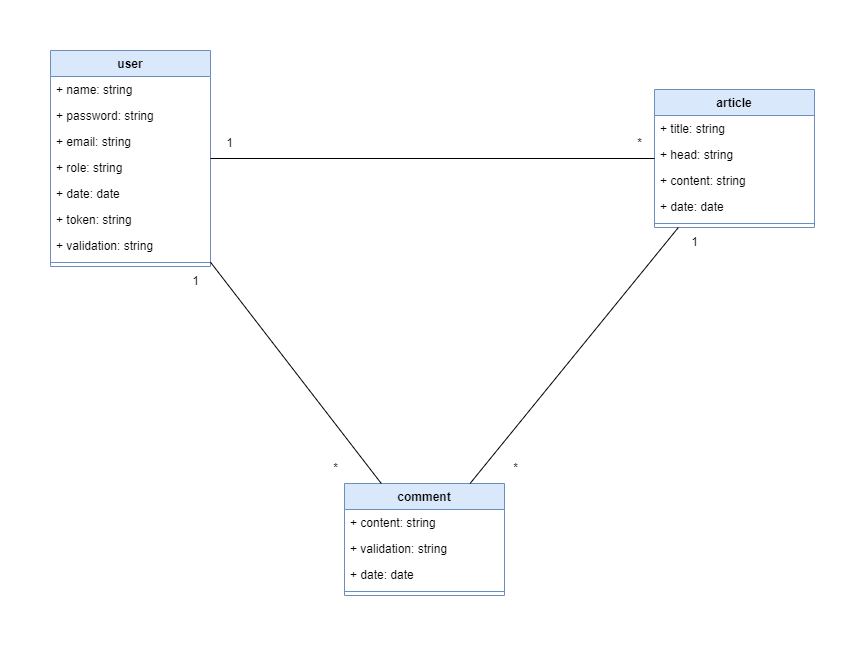
Above: public/UML/Class.png in lau-last/framework-php (draw.io), before the change. Source tidied: cells renumbered, new cells last; positions are measured from the earlier drawing's top-left corner, leaving out a move shared by most shapes.
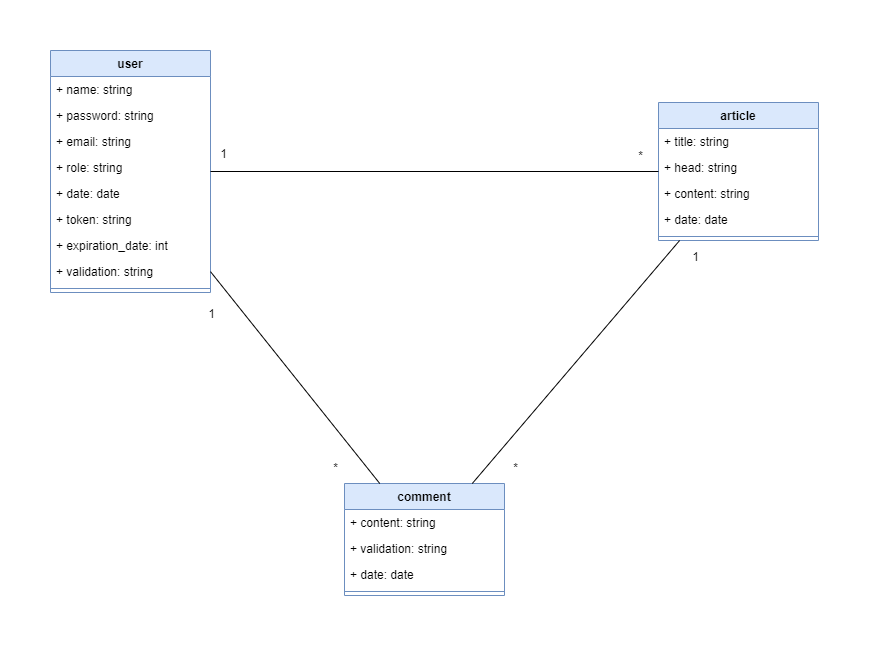
After the change.

Commit message:
diagrams uml (class and MDP) update

Diff of the diagram source:
```diff
@@ -3,7 +3,7 @@
     <mxCell id="0" />
     <mxCell id="1" parent="0" />
     <mxCell id="2" value="article" style="swimlane;fontStyle=1;align=center;verticalAlign=top;horizontal=1;startSize=26;whiteSpace=wrap;html=1;fillColor=#dae8fc;strokeColor=#6c8ebf;" parent="1" vertex="1">
-      <mxGeometry x="604" y="39" width="160" height="138" as="geometry" />
+      <mxGeometry x="608" y="52" width="160" height="138" as="geometry" />
     </mxCell>
     <mxCell id="3" value="+ title: string" style="text;strokeColor=none;fillColor=none;align=left;verticalAlign=top;spacingLeft=4;spacingRight=4;overflow=hidden;whiteSpace=wrap;html=1;" parent="2" vertex="1">
       <mxGeometry y="26" width="160" height="26" as="geometry" />
@@ -36,7 +36,7 @@
       <mxGeometry y="104" width="160" height="8" as="geometry" />
     </mxCell>
     <mxCell id="13" value="user" style="swimlane;fontStyle=1;align=center;verticalAlign=top;horizontal=1;startSize=26;whiteSpace=wrap;html=1;fillColor=#dae8fc;strokeColor=#6c8ebf;" parent="1" vertex="1">
-      <mxGeometry width="160" height="216" as="geometry" />
+      <mxGeometry width="160" height="242" as="geometry" />
     </mxCell>
     <mxCell id="14" value="+ name: string" style="text;strokeColor=none;fillColor=none;align=left;verticalAlign=top;spacingLeft=4;spacingRight=4;overflow=hidden;whiteSpace=wrap;html=1;" parent="13" vertex="1">
       <mxGeometry y="26" width="160" height="26" as="geometry" />
@@ -50,17 +50,20 @@
     <mxCell id="17" value="+ role: string" style="text;strokeColor=none;fillColor=none;align=left;verticalAlign=top;spacingLeft=4;spacingRight=4;overflow=hidden;whiteSpace=wrap;html=1;" parent="13" vertex="1">
       <mxGeometry y="104" width="160" height="26" as="geometry" />
     </mxCell>
-    <mxCell id="18" value="+ date: date" style="text;strokeColor=none;fillColor=none;align=left;verticalAlign=top;spacingLeft=4;spacingRight=4;overflow=hidden;whiteSpace=wrap;html=1;" parent="13" vertex="1">
-      <mxGeometry y="130" width="160" height="26" as="geometry" />
-    </mxCell>
+    <mxCell id="20" value="+ date: date" style="text;strokeColor=none;fillColor=none;align=left;verticalAlign=top;spacingLeft=4;spacingRight=4;overflow=hidden;whiteSpace=wrap;html=1;" parent="13" vertex="1">
+      <mxGeometry y="130" width="160" height="26" as="geometry" />
+    </mxCell>
     <mxCell id="19" value="+ token: string" style="text;strokeColor=none;fillColor=none;align=left;verticalAlign=top;spacingLeft=4;spacingRight=4;overflow=hidden;whiteSpace=wrap;html=1;" parent="13" vertex="1">
       <mxGeometry y="156" width="160" height="26" as="geometry" />
     </mxCell>
-    <mxCell id="20" value="+ validation: string" style="text;strokeColor=none;fillColor=none;align=left;verticalAlign=top;spacingLeft=4;spacingRight=4;overflow=hidden;whiteSpace=wrap;html=1;" parent="13" vertex="1">
-      <mxGeometry y="182" width="160" height="26" as="geometry" />
-    </mxCell>
+    <mxCell id="31" value="+ expiration_date: int" style="text;strokeColor=none;fillColor=none;align=left;verticalAlign=top;spacingLeft=4;spacingRight=4;overflow=hidden;whiteSpace=wrap;html=1;" parent="13" vertex="1">
+      <mxGeometry y="182" width="160" height="26" as="geometry" />
+    </mxCell>
+    <mxCell id="32" value="+ validation: string" style="text;strokeColor=none;fillColor=none;align=left;verticalAlign=top;spacingLeft=4;spacingRight=4;overflow=hidden;whiteSpace=wrap;html=1;" parent="13" vertex="1">
+      <mxGeometry y="208" width="160" height="26" as="geometry" />
+    </mxCell>
     <mxCell id="21" style="line;strokeWidth=1;fillColor=none;align=left;verticalAlign=middle;spacingTop=-1;spacingLeft=3;spacingRight=3;labelPosition=right;strokeColor=inherit;" parent="13" vertex="1">
-      <mxGeometry y="208" width="160" height="8" as="geometry" />
+      <mxGeometry y="234" width="160" height="8" as="geometry" />
     </mxCell>
     <mxCell id="22" style="endArrow=none;html=1;rounded=0;" parent="1" edge="1" source="13" target="2">
       <mxGeometry relative="1" as="geometry" />
@@ -72,22 +75,22 @@
       <mxGeometry relative="1" as="geometry" />
     </mxCell>
     <mxCell id="25" value="*" style="text;html=1;align=center;verticalAlign=middle;strokeColor=none;fillColor=none;" parent="1" vertex="1">
-      <mxGeometry x="574" y="78" width="30" height="30" as="geometry" />
+      <mxGeometry x="575" y="91" width="30" height="30" as="geometry" />
     </mxCell>
     <mxCell id="26" value="1" style="text;html=1;align=center;verticalAlign=middle;strokeColor=none;fillColor=none;" parent="1" vertex="1">
-      <mxGeometry x="164" y="78" width="30" height="30" as="geometry" />
+      <mxGeometry x="158" y="89" width="30" height="30" as="geometry" />
     </mxCell>
     <mxCell id="27" value="*" style="text;html=1;align=center;verticalAlign=middle;strokeColor=none;fillColor=none;" parent="1" vertex="1">
       <mxGeometry x="270" y="403" width="30" height="30" as="geometry" />
     </mxCell>
     <mxCell id="28" value="1" style="text;html=1;align=center;verticalAlign=middle;strokeColor=none;fillColor=none;" parent="1" vertex="1">
-      <mxGeometry x="130" y="216" width="30" height="30" as="geometry" />
+      <mxGeometry x="146" y="249" width="30" height="30" as="geometry" />
     </mxCell>
     <mxCell id="29" value="*" style="text;html=1;align=center;verticalAlign=middle;strokeColor=none;fillColor=none;" parent="1" vertex="1">
       <mxGeometry x="450" y="403" width="30" height="30" as="geometry" />
     </mxCell>
     <mxCell id="30" value="1" style="text;html=1;align=center;verticalAlign=middle;strokeColor=none;fillColor=none;" parent="1" vertex="1">
-      <mxGeometry x="629" y="177" width="30" height="30" as="geometry" />
+      <mxGeometry x="630" y="192" width="30" height="30" as="geometry" />
     </mxCell>
   </root>
 </mxGraphModel>
```
